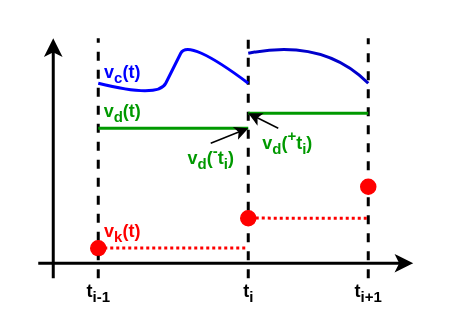
Before: docs/3.0-dev/images/PieceWiseContinuousVariables.drawio in modelica/fmi-standard.org, a draw.io diagram. Source tidied: cells renumbered, new cells numbered last; positions are measured from the earlier drawing's top-left corner, leaving out a move shared by most shapes. Both pictures are drawn from the tidied source at 150%, with x=0, y=0 at pixel (38, 38).
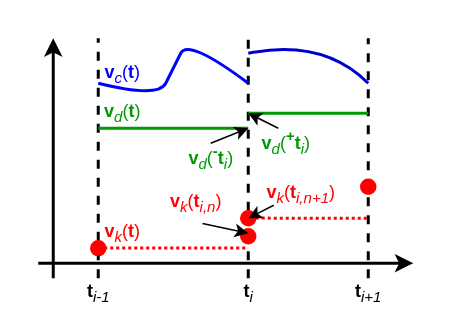
The same diagram, later.

The edit, as a diff of the source:
```diff
@@
-    <mxCell id="18" value="&lt;b&gt;t&lt;sub&gt;i-1&lt;/sub&gt;&lt;/b&gt;" style="text;html=1;align=center;verticalAlign=middle;fillColor=none;strokeColor=none;rounded=0;" parent="1" vertex="1">
+    <mxCell id="18" value="&lt;b&gt;t&lt;/b&gt;&lt;sub&gt;&lt;i&gt;i-1&lt;/i&gt;&lt;/sub&gt;" style="text;html=1;align=center;verticalAlign=middle;fillColor=none;strokeColor=none;rounded=0;" parent="1" vertex="1">
       <mxGeometry x="25" y="160" width="30" height="20" as="geometry" />
     </mxCell>
-    <mxCell id="19" value="&lt;b&gt;t&lt;sub&gt;i+1&lt;/sub&gt;&lt;/b&gt;" style="text;html=1;align=center;verticalAlign=middle;fillColor=none;strokeColor=none;rounded=0;" parent="1" vertex="1">
+    <mxCell id="19" value="&lt;b&gt;t&lt;/b&gt;&lt;sub&gt;&lt;i&gt;i+1&lt;/i&gt;&lt;/sub&gt;" style="text;html=1;align=center;verticalAlign=middle;fillColor=none;strokeColor=none;rounded=0;" parent="1" vertex="1">
       <mxGeometry x="205" y="160" width="30" height="20" as="geometry" />
     </mxCell>
-    <mxCell id="20" value="&lt;b&gt;t&lt;sub&gt;i&lt;/sub&gt;&lt;/b&gt;" style="text;html=1;align=center;verticalAlign=middle;fillColor=none;strokeColor=none;rounded=0;" parent="1" vertex="1">
+    <mxCell id="20" value="&lt;b&gt;t&lt;/b&gt;&lt;sub&gt;&lt;i&gt;i&lt;/i&gt;&lt;/sub&gt;" style="text;html=1;align=center;verticalAlign=middle;fillColor=none;strokeColor=none;rounded=0;" parent="1" vertex="1">
       <mxGeometry x="130" y="160" width="20" height="20" as="geometry" />
     </mxCell>
-    <mxCell id="21" value="&lt;font color=&quot;#0000ff&quot;&gt;&lt;b&gt;v&lt;sub&gt;c&lt;/sub&gt;&lt;/b&gt;&lt;b&gt;(t)&lt;/b&gt;&lt;/font&gt;" style="text;html=1;align=center;verticalAlign=middle;fillColor=none;strokeColor=none;rounded=0;" parent="1" vertex="1">
+    <mxCell id="21" value="&lt;font color=&quot;#0000ff&quot;&gt;&lt;b&gt;v&lt;/b&gt;&lt;sub&gt;&lt;i&gt;c&lt;/i&gt;&lt;/sub&gt;(&lt;b&gt;t&lt;/b&gt;)&lt;/font&gt;" style="text;html=1;align=center;verticalAlign=middle;fillColor=none;strokeColor=none;rounded=0;" parent="1" vertex="1">
       <mxGeometry x="36" y="14" width="40" height="20" as="geometry" />
     </mxCell>
-    <mxCell id="22" value="&lt;font color=&quot;#009900&quot;&gt;&lt;b&gt;v&lt;sub&gt;d&lt;/sub&gt;&lt;/b&gt;&lt;b&gt;(t)&lt;/b&gt;&lt;/font&gt;" style="text;html=1;align=center;verticalAlign=middle;fillColor=none;strokeColor=none;rounded=0;" parent="1" vertex="1">
+    <mxCell id="22" value="&lt;font color=&quot;#009900&quot;&gt;&lt;b&gt;v&lt;/b&gt;&lt;sub&gt;&lt;i&gt;d&lt;/i&gt;&lt;/sub&gt;(&lt;b&gt;t&lt;/b&gt;)&lt;/font&gt;" style="text;html=1;align=center;verticalAlign=middle;fillColor=none;strokeColor=none;rounded=0;" parent="1" vertex="1">
       <mxGeometry x="36" y="40" width="40" height="20" as="geometry" />
     </mxCell>
-    <mxCell id="23" value="&lt;font color=&quot;#ff0000&quot;&gt;&lt;b&gt;v&lt;sub&gt;k&lt;/sub&gt;&lt;/b&gt;&lt;b&gt;(t)&lt;/b&gt;&lt;/font&gt;" style="text;html=1;align=center;verticalAlign=middle;fillColor=none;strokeColor=none;rounded=0;" parent="1" vertex="1">
+    <mxCell id="23" value="&lt;font color=&quot;#ff0000&quot;&gt;&lt;b&gt;v&lt;/b&gt;&lt;sub&gt;&lt;i&gt;k&lt;/i&gt;&lt;/sub&gt;(&lt;b&gt;t&lt;/b&gt;)&lt;/font&gt;" style="text;html=1;align=center;verticalAlign=middle;fillColor=none;strokeColor=none;rounded=0;" parent="1" vertex="1">
       <mxGeometry x="36" y="120" width="40" height="20" as="geometry" />
     </mxCell>
-    <mxCell id="24" value="&lt;font color=&quot;#009900&quot;&gt;&lt;b&gt;v&lt;sub&gt;d&lt;/sub&gt;&lt;/b&gt;&lt;b&gt;(&lt;sup&gt;-&lt;/sup&gt;t&lt;sub&gt;i&lt;/sub&gt;)&lt;/b&gt;&lt;/font&gt;" style="text;html=1;align=center;verticalAlign=middle;points=[];fillColor=none;strokeColor=none;rounded=0;" parent="1" vertex="1">
+    <mxCell id="24" value="&lt;font color=&quot;#009900&quot;&gt;&lt;b&gt;v&lt;/b&gt;&lt;sub&gt;&lt;i&gt;d&lt;/i&gt;&lt;/sub&gt;(&lt;sup style=&quot;font-weight: bold&quot;&gt;-&lt;/sup&gt;&lt;b&gt;t&lt;/b&gt;&lt;sub&gt;&lt;i&gt;i&lt;/i&gt;&lt;/sub&gt;)&lt;/font&gt;" style="text;html=1;align=center;verticalAlign=middle;points=[];fillColor=none;strokeColor=none;rounded=0;" parent="1" vertex="1">
       <mxGeometry x="90" y="65" width="50" height="30" as="geometry" />
     </mxCell>
-    <mxCell id="25" value="&lt;font color=&quot;#009900&quot;&gt;&lt;b&gt;v&lt;sub&gt;d&lt;/sub&gt;&lt;/b&gt;&lt;b&gt;(&lt;sup&gt;+&lt;/sup&gt;t&lt;sub&gt;i&lt;/sub&gt;)&lt;/b&gt;&lt;/font&gt;" style="text;html=1;align=center;verticalAlign=middle;fillColor=none;strokeColor=none;rounded=0;" parent="1" vertex="1">
-      <mxGeometry x="141" y="55" width="50" height="30" as="geometry" />
+    <mxCell id="25" value="&lt;font color=&quot;#009900&quot;&gt;&lt;b&gt;v&lt;/b&gt;&lt;sub&gt;&lt;i&gt;d&lt;/i&gt;&lt;/sub&gt;(&lt;sup style=&quot;font-weight: bold&quot;&gt;+&lt;/sup&gt;&lt;b&gt;t&lt;/b&gt;&lt;sub&gt;&lt;i&gt;i&lt;/i&gt;&lt;/sub&gt;)&lt;/font&gt;" style="text;html=1;align=center;verticalAlign=middle;fillColor=none;strokeColor=none;rounded=0;" parent="1" vertex="1">
+      <mxGeometry x="140" y="55" width="50" height="30" as="geometry" />
     </mxCell>
@@
+    <mxCell id="28" style="ellipse;whiteSpace=wrap;html=1;strokeColor=#FF0000;fillColor=#FF0000;" parent="1" vertex="1">
+      <mxGeometry x="135" y="127" width="10" height="10" as="geometry" />
+    </mxCell>
+    <mxCell id="29" value="&lt;font color=&quot;#ff0000&quot;&gt;&lt;b&gt;v&lt;/b&gt;&lt;sub&gt;&lt;i&gt;k&lt;/i&gt;&lt;/sub&gt;(&lt;b&gt;t&lt;/b&gt;&lt;sub&gt;&lt;i&gt;i,n&lt;/i&gt;&lt;/sub&gt;)&lt;/font&gt;" style="text;html=1;align=center;verticalAlign=middle;points=[];fillColor=none;strokeColor=none;rounded=0;" parent="1" vertex="1">
+      <mxGeometry x="80" y="100" width="50" height="20" as="geometry" />
+    </mxCell>
+    <mxCell id="30" value="&lt;font color=&quot;#ff0000&quot;&gt;&lt;b&gt;v&lt;/b&gt;&lt;sub&gt;&lt;i&gt;k&lt;/i&gt;&lt;/sub&gt;(&lt;b&gt;t&lt;/b&gt;&lt;sub&gt;&lt;i&gt;i,n+1&lt;/i&gt;&lt;/sub&gt;)&lt;/font&gt;" style="text;html=1;align=center;verticalAlign=middle;points=[];fillColor=none;strokeColor=none;rounded=0;" parent="1" vertex="1">
+      <mxGeometry x="145" y="94" width="60" height="20" as="geometry" />
+    </mxCell>
+    <mxCell id="31" style="endArrow=classic;html=1;strokeWidth=1;exitX=0.2;exitY=0.867;exitDx=0;exitDy=0;exitPerimeter=0;" parent="1" edge="1" source="30">
+      <mxGeometry relative="1" as="geometry">
+        <mxPoint x="140" y="120" as="targetPoint" />
+      </mxGeometry>
+    </mxCell>
+    <mxCell id="32" style="endArrow=classic;html=1;strokeWidth=1;exitX=0.59;exitY=1.175;exitDx=0;exitDy=0;exitPerimeter=0;" parent="1" edge="1" source="29">
+      <mxGeometry relative="1" as="geometry">
+        <mxPoint x="140" y="130" as="targetPoint" />
+      </mxGeometry>
+    </mxCell>
```
